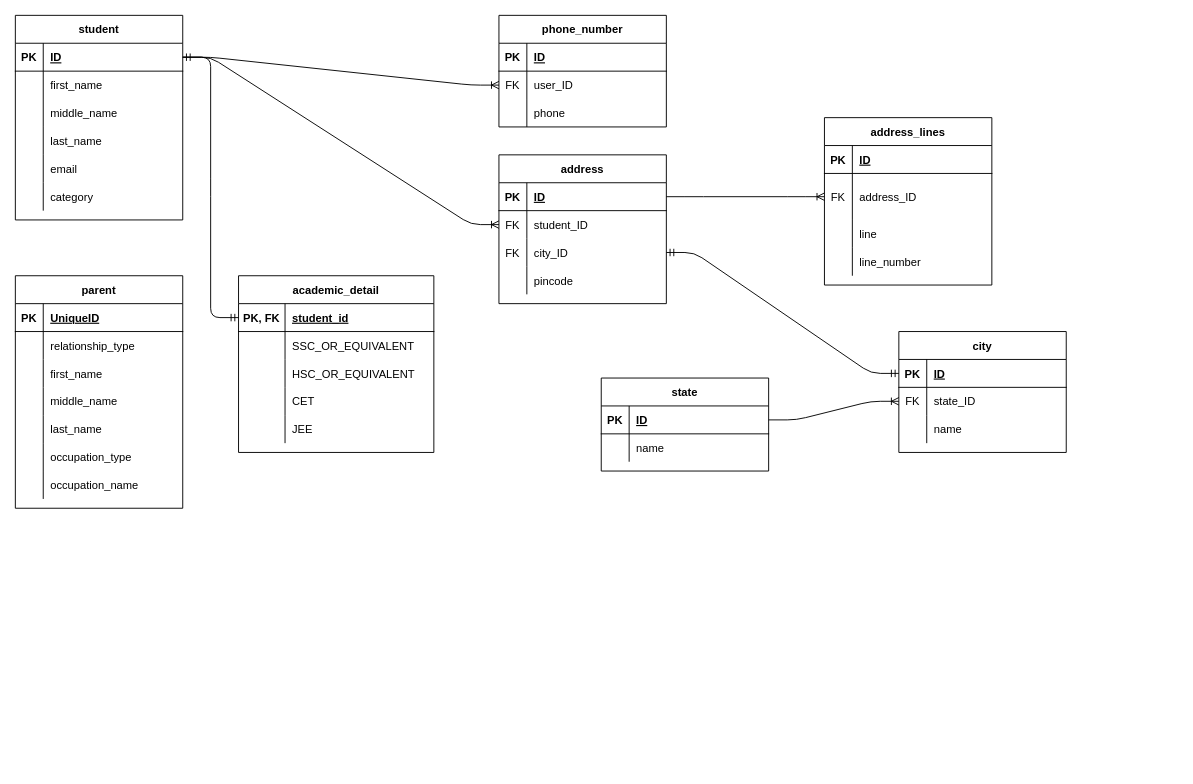
Earlier version of the draw.io diagram DatabaseDiagram.drawio (EquipstatTSEC/student-admission-system). Source tidied: cells renumbered, new cells numbered last; positions are measured from the earlier drawing's top-left corner, leaving out a move shared by most shapes. Both pictures are drawn from the tidied source at 93%, with x=0, y=0 at pixel (15, 15).
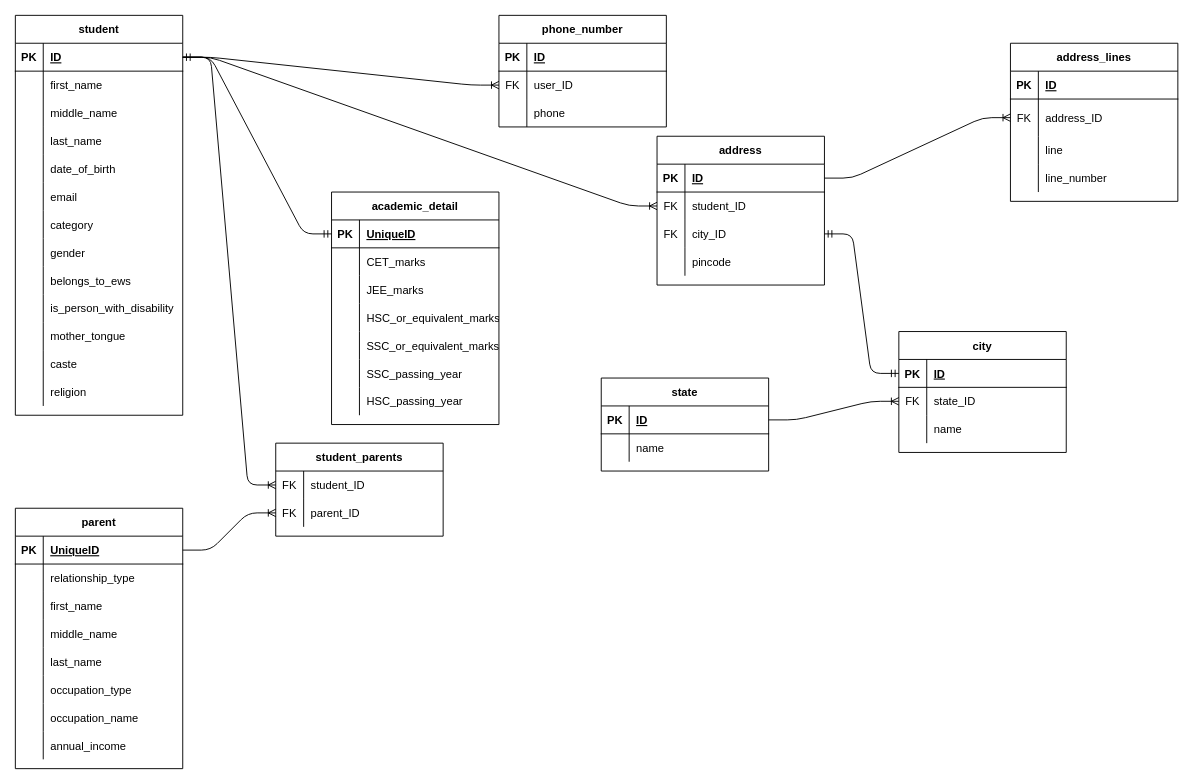
Above is the later version.

Commit message:
:card_file_box: chore: add more details in the ER diagram

Unchanged cells that the change refers to:
```xml
<mxCell id="3" style="shape=partialRectangle;fillColor=none;top=0;left=0;bottom=1;right=0;points=[[0,0.5],[1,0.5]];portConstraint=eastwest;" parent="2" vertex="1">
  <mxGeometry y="30" width="180" height="30" as="geometry" />
</mxCell>
<mxCell id="97" style="shape=partialRectangle;fillColor=none;top=0;left=0;bottom=1;right=0;points=[[0,0.5],[1,0.5]];portConstraint=eastwest;" parent="96" vertex="1">
  <mxGeometry y="30" width="180" height="30" as="geometry" />
</mxCell>
```

The edit, as a diff of the source:
```diff
@@
     <mxCell id="2" value="student" style="shape=table;startSize=30;childLayout=tableLayout;rowLines=0;fontStyle=1;align=center;" parent="1" vertex="1">
-      <mxGeometry width="180" height="220" as="geometry" />
+      <mxGeometry width="180" height="430" as="geometry" />
     </mxCell>
@@
+    <mxCell id="118" style="shape=partialRectangle;fillColor=none;top=0;left=0;bottom=0;right=0;" parent="2" vertex="1">
+      <mxGeometry y="150" width="180" height="30" as="geometry" />
+    </mxCell>
+    <mxCell id="119" style="shape=partialRectangle;fillColor=none;top=0;left=0;bottom=0;right=0;overflow=hidden;" parent="118" vertex="1">
+      <mxGeometry width="30" height="30" as="geometry" />
+    </mxCell>
+    <mxCell id="120" value="date_of_birth" style="shape=partialRectangle;fillColor=none;top=0;left=0;bottom=0;right=0;align=left;spacingLeft=6;overflow=hidden;" parent="118" vertex="1">
+      <mxGeometry x="30" width="150" height="30" as="geometry" />
+    </mxCell>
     <mxCell id="15" style="shape=partialRectangle;fillColor=none;top=0;left=0;bottom=0;right=0;" parent="2" vertex="1">
-      <mxGeometry y="150" width="180" height="30" as="geometry" />
+      <mxGeometry y="180" width="180" height="30" as="geometry" />
     </mxCell>
@@
     <mxCell id="18" style="shape=partialRectangle;fillColor=none;top=0;left=0;bottom=0;right=0;" parent="2" vertex="1">
-      <mxGeometry y="180" width="180" height="30" as="geometry" />
+      <mxGeometry y="210" width="180" height="30" as="geometry" />
     </mxCell>
@@
+    <mxCell id="121" style="shape=partialRectangle;fillColor=none;top=0;left=0;bottom=0;right=0;" parent="2" vertex="1">
+      <mxGeometry y="240" width="180" height="30" as="geometry" />
+    </mxCell>
+    <mxCell id="122" style="shape=partialRectangle;fillColor=none;top=0;left=0;bottom=0;right=0;overflow=hidden;" parent="121" vertex="1">
+      <mxGeometry width="30" height="30" as="geometry" />
+    </mxCell>
+    <mxCell id="123" value="gender" style="shape=partialRectangle;fillColor=none;top=0;left=0;bottom=0;right=0;align=left;spacingLeft=6;overflow=hidden;" parent="121" vertex="1">
+      <mxGeometry x="30" width="150" height="30" as="geometry" />
+    </mxCell>
+    <mxCell id="124" style="shape=partialRectangle;fillColor=none;top=0;left=0;bottom=0;right=0;" parent="2" vertex="1">
+      <mxGeometry y="270" width="180" height="30" as="geometry" />
+    </mxCell>
+    <mxCell id="125" style="shape=partialRectangle;fillColor=none;top=0;left=0;bottom=0;right=0;overflow=hidden;" parent="124" vertex="1">
+      <mxGeometry width="30" height="30" as="geometry" />
+    </mxCell>
+    <mxCell id="126" value="belongs_to_ews" style="shape=partialRectangle;fillColor=none;top=0;left=0;bottom=0;right=0;align=left;spacingLeft=6;overflow=hidden;" parent="124" vertex="1">
+      <mxGeometry x="30" width="150" height="30" as="geometry" />
+    </mxCell>
+    <mxCell id="127" style="shape=partialRectangle;fillColor=none;top=0;left=0;bottom=0;right=0;" parent="2" vertex="1">
+      <mxGeometry y="300" width="180" height="30" as="geometry" />
+    </mxCell>
+    <mxCell id="128" style="shape=partialRectangle;fillColor=none;top=0;left=0;bottom=0;right=0;overflow=hidden;" parent="127" vertex="1">
+      <mxGeometry width="30" height="30" as="geometry" />
+    </mxCell>
+    <mxCell id="129" value="is_person_with_disability" style="shape=partialRectangle;fillColor=none;top=0;left=0;bottom=0;right=0;align=left;spacingLeft=6;overflow=hidden;" parent="127" vertex="1">
+      <mxGeometry x="30" width="150" height="30" as="geometry" />
+    </mxCell>
+    <mxCell id="130" style="shape=partialRectangle;fillColor=none;top=0;left=0;bottom=0;right=0;" parent="2" vertex="1">
+      <mxGeometry y="330" width="180" height="30" as="geometry" />
+    </mxCell>
+    <mxCell id="131" style="shape=partialRectangle;fillColor=none;top=0;left=0;bottom=0;right=0;overflow=hidden;" parent="130" vertex="1">
+      <mxGeometry width="30" height="30" as="geometry" />
+    </mxCell>
+    <mxCell id="132" value="mother_tongue" style="shape=partialRectangle;fillColor=none;top=0;left=0;bottom=0;right=0;align=left;spacingLeft=6;overflow=hidden;" parent="130" vertex="1">
+      <mxGeometry x="30" width="150" height="30" as="geometry" />
+    </mxCell>
+    <mxCell id="133" style="shape=partialRectangle;fillColor=none;top=0;left=0;bottom=0;right=0;" parent="2" vertex="1">
+      <mxGeometry y="360" width="180" height="30" as="geometry" />
+    </mxCell>
+    <mxCell id="134" style="shape=partialRectangle;fillColor=none;top=0;left=0;bottom=0;right=0;overflow=hidden;" parent="133" vertex="1">
+      <mxGeometry width="30" height="30" as="geometry" />
+    </mxCell>
+    <mxCell id="135" value="caste" style="shape=partialRectangle;fillColor=none;top=0;left=0;bottom=0;right=0;align=left;spacingLeft=6;overflow=hidden;" parent="133" vertex="1">
+      <mxGeometry x="30" width="150" height="30" as="geometry" />
+    </mxCell>
+    <mxCell id="136" style="shape=partialRectangle;fillColor=none;top=0;left=0;bottom=0;right=0;" parent="2" vertex="1">
+      <mxGeometry y="390" width="180" height="30" as="geometry" />
+    </mxCell>
+    <mxCell id="137" style="shape=partialRectangle;fillColor=none;top=0;left=0;bottom=0;right=0;overflow=hidden;" parent="136" vertex="1">
+      <mxGeometry width="30" height="30" as="geometry" />
+    </mxCell>
+    <mxCell id="138" value="religion" style="shape=partialRectangle;fillColor=none;top=0;left=0;bottom=0;right=0;align=left;spacingLeft=6;overflow=hidden;" parent="136" vertex="1">
+      <mxGeometry x="30" width="150" height="30" as="geometry" />
+    </mxCell>
@@
     <mxCell id="31" value="address" style="shape=table;startSize=30;childLayout=tableLayout;rowLines=0;fontStyle=1;align=center;" parent="1" vertex="1">
-      <mxGeometry x="520" y="150" width="180" height="160" as="geometry" />
+      <mxGeometry x="690" y="130" width="180" height="160" as="geometry" />
     </mxCell>
@@
     <mxCell id="44" value="address_lines" style="shape=table;startSize=30;childLayout=tableLayout;rowLines=0;fontStyle=1;align=center;" parent="1" vertex="1">
-      <mxGeometry x="870" y="110" width="180" height="180" as="geometry" />
+      <mxGeometry x="1070" y="30" width="180" height="170" as="geometry" />
     </mxCell>
@@
     <mxCell id="48" style="shape=partialRectangle;fillColor=none;top=0;left=0;bottom=0;right=0;points=[[0,0.5],[1,0.5]];portConstraint=eastwest;" parent="44" vertex="1">
-      <mxGeometry y="60" width="180" height="50" as="geometry" />
+      <mxGeometry y="60" width="180" height="40" as="geometry" />
     </mxCell>
     <mxCell id="49" value="FK" style="shape=partialRectangle;fillColor=none;top=0;left=0;bottom=0;right=0;fontStyle=0;overflow=hidden;" parent="48" vertex="1">
-      <mxGeometry width="30" height="50" as="geometry" />
+      <mxGeometry width="30" height="40" as="geometry" />
     </mxCell>
     <mxCell id="50" value="address_ID" style="shape=partialRectangle;fillColor=none;top=0;left=0;bottom=0;right=0;align=left;spacingLeft=6;fontStyle=0;overflow=hidden;" parent="48" vertex="1">
-      <mxGeometry x="30" width="150" height="50" as="geometry" />
+      <mxGeometry x="30" width="150" height="40" as="geometry" />
     </mxCell>
     <mxCell id="51" style="shape=partialRectangle;fillColor=none;top=0;left=0;bottom=0;right=0;" parent="44" vertex="1">
-      <mxGeometry y="110" width="180" height="30" as="geometry" />
+      <mxGeometry y="100" width="180" height="30" as="geometry" />
     </mxCell>
@@
     <mxCell id="54" style="shape=partialRectangle;fillColor=none;top=0;left=0;bottom=0;right=0;" parent="44" vertex="1">
-      <mxGeometry y="140" width="180" height="30" as="geometry" />
+      <mxGeometry y="130" width="180" height="30" as="geometry" />
     </mxCell>
@@
-    <mxCell id="79" value="academic_detail" style="shape=table;startSize=30;childLayout=tableLayout;rowLines=0;fontStyle=1;align=center;" parent="1" vertex="1">
-      <mxGeometry x="240" y="280" width="210" height="190" as="geometry" />
-    </mxCell>
-    <mxCell id="80" style="shape=partialRectangle;fillColor=none;top=0;left=0;bottom=1;right=0;points=[[0,0.5],[1,0.5]];portConstraint=eastwest;" parent="79" vertex="1">
-      <mxGeometry y="30" width="210" height="30" as="geometry" />
-    </mxCell>
-    <mxCell id="81" value="PK, FK" style="shape=partialRectangle;fillColor=none;top=0;left=0;bottom=0;right=0;fontStyle=1;overflow=hidden;" parent="80" vertex="1">
-      <mxGeometry width="50" height="30" as="geometry" />
-    </mxCell>
-    <mxCell id="82" value="student_id" style="shape=partialRectangle;fillColor=none;top=0;left=0;bottom=0;right=0;align=left;spacingLeft=6;fontStyle=5;overflow=hidden;" parent="80" vertex="1">
-      <mxGeometry x="50" width="160" height="30" as="geometry" />
-    </mxCell>
-    <mxCell id="83" style="shape=partialRectangle;fillColor=none;top=0;left=0;bottom=0;right=0;" parent="79" vertex="1">
-      <mxGeometry y="60" width="210" height="30" as="geometry" />
-    </mxCell>
-    <mxCell id="84" style="shape=partialRectangle;fillColor=none;top=0;left=0;bottom=0;right=0;overflow=hidden;" parent="83" vertex="1">
-      <mxGeometry width="50" height="30" as="geometry" />
-    </mxCell>
-    <mxCell id="85" value="SSC_OR_EQUIVALENT" style="shape=partialRectangle;fillColor=none;top=0;left=0;bottom=0;right=0;align=left;spacingLeft=6;overflow=hidden;" parent="83" vertex="1">
-      <mxGeometry x="50" width="160" height="30" as="geometry" />
-    </mxCell>
-    <mxCell id="86" style="shape=partialRectangle;fillColor=none;top=0;left=0;bottom=0;right=0;" parent="79" vertex="1">
-      <mxGeometry y="90" width="210" height="30" as="geometry" />
-    </mxCell>
-    <mxCell id="87" style="shape=partialRectangle;fillColor=none;top=0;left=0;bottom=0;right=0;overflow=hidden;" parent="86" vertex="1">
-      <mxGeometry width="50" height="30" as="geometry" />
-    </mxCell>
-    <mxCell id="88" value="HSC_OR_EQUIVALENT" style="shape=partialRectangle;fillColor=none;top=0;left=0;bottom=0;right=0;align=left;spacingLeft=6;overflow=hidden;" parent="86" vertex="1">
-      <mxGeometry x="50" width="160" height="30" as="geometry" />
-    </mxCell>
-    <mxCell id="89" style="shape=partialRectangle;fillColor=none;top=0;left=0;bottom=0;right=0;" parent="79" vertex="1">
-      <mxGeometry y="120" width="210" height="30" as="geometry" />
-    </mxCell>
-    <mxCell id="90" style="shape=partialRectangle;fillColor=none;top=0;left=0;bottom=0;right=0;overflow=hidden;" parent="89" vertex="1">
-      <mxGeometry width="50" height="30" as="geometry" />
-    </mxCell>
-    <mxCell id="91" value="CET" style="shape=partialRectangle;fillColor=none;top=0;left=0;bottom=0;right=0;align=left;spacingLeft=6;overflow=hidden;" parent="89" vertex="1">
-      <mxGeometry x="50" width="160" height="30" as="geometry" />
-    </mxCell>
-    <mxCell id="92" style="shape=partialRectangle;fillColor=none;top=0;left=0;bottom=0;right=0;" parent="79" vertex="1">
-      <mxGeometry y="150" width="210" height="30" as="geometry" />
-    </mxCell>
-    <mxCell id="93" style="shape=partialRectangle;fillColor=none;top=0;left=0;bottom=0;right=0;overflow=hidden;" parent="92" vertex="1">
-      <mxGeometry width="50" height="30" as="geometry" />
-    </mxCell>
-    <mxCell id="94" value="JEE" style="shape=partialRectangle;fillColor=none;top=0;left=0;bottom=0;right=0;align=left;spacingLeft=6;overflow=hidden;" parent="92" vertex="1">
-      <mxGeometry x="50" width="160" height="30" as="geometry" />
-    </mxCell>
-    <mxCell id="95" style="edgeStyle=entityRelationEdgeStyle;fontSize=12;html=1;endArrow=ERmandOne;startArrow=ERmandOne;exitX=1;exitY=0.5;exitDx=0;exitDy=0;entryX=0;entryY=0.5;entryDx=0;entryDy=0;" parent="1" edge="1" source="3" target="80">
+    <mxCell id="95" style="edgeStyle=entityRelationEdgeStyle;fontSize=12;html=1;endArrow=ERmandOne;startArrow=ERmandOne;exitX=1;exitY=0.5;exitDx=0;exitDy=0;entryX=0;entryY=0.5;entryDx=0;entryDy=0;" parent="1" edge="1" source="3" target="142">
       <mxGeometry relative="1" as="geometry" />
     </mxCell>
     <mxCell id="96" value="parent" style="shape=table;startSize=30;childLayout=tableLayout;rowLines=0;fontStyle=1;align=center;" parent="1" vertex="1">
-      <mxGeometry y="280" width="180" height="250" as="geometry" />
+      <mxGeometry y="530" width="180" height="280" as="geometry" />
     </mxCell>
@@
+    <mxCell id="139" style="shape=partialRectangle;fillColor=none;top=0;left=0;bottom=0;right=0;" parent="96" vertex="1">
+      <mxGeometry y="240" width="180" height="30" as="geometry" />
+    </mxCell>
+    <mxCell id="140" style="shape=partialRectangle;fillColor=none;top=0;left=0;bottom=0;right=0;overflow=hidden;" parent="139" vertex="1">
+      <mxGeometry width="30" height="30" as="geometry" />
+    </mxCell>
+    <mxCell id="141" value="annual_income" style="shape=partialRectangle;fillColor=none;top=0;left=0;bottom=0;right=0;align=left;spacingLeft=6;overflow=hidden;" parent="139" vertex="1">
+      <mxGeometry x="30" width="150" height="30" as="geometry" />
+    </mxCell>
+    <mxCell id="79" value="academic_detail" style="shape=table;startSize=30;childLayout=tableLayout;rowLines=0;fontStyle=1;align=center;" parent="1" vertex="1">
+      <mxGeometry x="340" y="190" width="180" height="250" as="geometry" />
+    </mxCell>
+    <mxCell id="142" style="shape=partialRectangle;fillColor=none;top=0;left=0;bottom=1;right=0;points=[[0,0.5],[1,0.5]];portConstraint=eastwest;" parent="79" vertex="1">
+      <mxGeometry y="30" width="180" height="30" as="geometry" />
+    </mxCell>
+    <mxCell id="143" value="PK" style="shape=partialRectangle;fillColor=none;top=0;left=0;bottom=0;right=0;fontStyle=1;overflow=hidden;" parent="142" vertex="1">
+      <mxGeometry width="30" height="30" as="geometry" />
+    </mxCell>
+    <mxCell id="144" value="UniqueID" style="shape=partialRectangle;fillColor=none;top=0;left=0;bottom=0;right=0;align=left;spacingLeft=6;fontStyle=5;overflow=hidden;" parent="142" vertex="1">
+      <mxGeometry x="30" width="150" height="30" as="geometry" />
+    </mxCell>
+    <mxCell id="145" style="shape=partialRectangle;fillColor=none;top=0;left=0;bottom=0;right=0;" parent="79" vertex="1">
+      <mxGeometry y="60" width="180" height="30" as="geometry" />
+    </mxCell>
+    <mxCell id="146" style="shape=partialRectangle;fillColor=none;top=0;left=0;bottom=0;right=0;overflow=hidden;" parent="145" vertex="1">
+      <mxGeometry width="30" height="30" as="geometry" />
+    </mxCell>
+    <mxCell id="147" value="CET_marks" style="shape=partialRectangle;fillColor=none;top=0;left=0;bottom=0;right=0;align=left;spacingLeft=6;overflow=hidden;" parent="145" vertex="1">
+      <mxGeometry x="30" width="150" height="30" as="geometry" />
+    </mxCell>
+    <mxCell id="148" style="shape=partialRectangle;fillColor=none;top=0;left=0;bottom=0;right=0;" parent="79" vertex="1">
+      <mxGeometry y="90" width="180" height="30" as="geometry" />
+    </mxCell>
+    <mxCell id="149" style="shape=partialRectangle;fillColor=none;top=0;left=0;bottom=0;right=0;overflow=hidden;" parent="148" vertex="1">
+      <mxGeometry width="30" height="30" as="geometry" />
+    </mxCell>
+    <mxCell id="150" value="JEE_marks" style="shape=partialRectangle;fillColor=none;top=0;left=0;bottom=0;right=0;align=left;spacingLeft=6;overflow=hidden;" parent="148" vertex="1">
+      <mxGeometry x="30" width="150" height="30" as="geometry" />
+    </mxCell>
+    <mxCell id="151" style="shape=partialRectangle;fillColor=none;top=0;left=0;bottom=0;right=0;" parent="79" vertex="1">
+      <mxGeometry y="120" width="180" height="30" as="geometry" />
+    </mxCell>
+    <mxCell id="152" style="shape=partialRectangle;fillColor=none;top=0;left=0;bottom=0;right=0;overflow=hidden;" parent="151" vertex="1">
+      <mxGeometry width="30" height="30" as="geometry" />
+    </mxCell>
+    <mxCell id="153" value="HSC_or_equivalent_marks" style="shape=partialRectangle;fillColor=none;top=0;left=0;bottom=0;right=0;align=left;spacingLeft=6;overflow=hidden;" parent="151" vertex="1">
+      <mxGeometry x="30" width="150" height="30" as="geometry" />
+    </mxCell>
+    <mxCell id="154" style="shape=partialRectangle;fillColor=none;top=0;left=0;bottom=0;right=0;" parent="79" vertex="1">
+      <mxGeometry y="150" width="180" height="30" as="geometry" />
+    </mxCell>
+    <mxCell id="155" style="shape=partialRectangle;fillColor=none;top=0;left=0;bottom=0;right=0;overflow=hidden;" parent="154" vertex="1">
+      <mxGeometry width="30" height="30" as="geometry" />
+    </mxCell>
+    <mxCell id="156" value="SSC_or_equivalent_marks" style="shape=partialRectangle;fillColor=none;top=0;left=0;bottom=0;right=0;align=left;spacingLeft=6;overflow=hidden;" parent="154" vertex="1">
+      <mxGeometry x="30" width="150" height="30" as="geometry" />
+    </mxCell>
+    <mxCell id="157" style="shape=partialRectangle;fillColor=none;top=0;left=0;bottom=0;right=0;" parent="79" vertex="1">
+      <mxGeometry y="180" width="180" height="30" as="geometry" />
+    </mxCell>
+    <mxCell id="158" style="shape=partialRectangle;fillColor=none;top=0;left=0;bottom=0;right=0;overflow=hidden;" parent="157" vertex="1">
+      <mxGeometry width="30" height="30" as="geometry" />
+    </mxCell>
+    <mxCell id="159" value="SSC_passing_year" style="shape=partialRectangle;fillColor=none;top=0;left=0;bottom=0;right=0;align=left;spacingLeft=6;overflow=hidden;" parent="157" vertex="1">
+      <mxGeometry x="30" width="150" height="30" as="geometry" />
+    </mxCell>
+    <mxCell id="160" style="shape=partialRectangle;fillColor=none;top=0;left=0;bottom=0;right=0;" parent="79" vertex="1">
+      <mxGeometry y="210" width="180" height="30" as="geometry" />
+    </mxCell>
+    <mxCell id="161" style="shape=partialRectangle;fillColor=none;top=0;left=0;bottom=0;right=0;overflow=hidden;" parent="160" vertex="1">
+      <mxGeometry width="30" height="30" as="geometry" />
+    </mxCell>
+    <mxCell id="162" value="HSC_passing_year" style="shape=partialRectangle;fillColor=none;top=0;left=0;bottom=0;right=0;align=left;spacingLeft=6;overflow=hidden;" parent="160" vertex="1">
+      <mxGeometry x="30" width="150" height="30" as="geometry" />
+    </mxCell>
+    <mxCell id="163" value="student_parents" style="shape=table;startSize=30;childLayout=tableLayout;rowLines=0;fontStyle=1;align=center;" parent="1" vertex="1">
+      <mxGeometry x="280" y="460" width="180" height="100" as="geometry" />
+    </mxCell>
+    <mxCell id="164" style="shape=partialRectangle;fillColor=none;top=0;left=0;bottom=0;right=0;points=[[0,0.5],[1,0.5]];portConstraint=eastwest;" parent="163" vertex="1">
+      <mxGeometry y="30" width="180" height="30" as="geometry" />
+    </mxCell>
+    <mxCell id="165" value="FK" style="shape=partialRectangle;fillColor=none;top=0;left=0;bottom=0;right=0;fontStyle=0;overflow=hidden;" parent="164" vertex="1">
+      <mxGeometry width="30" height="30" as="geometry" />
+    </mxCell>
+    <mxCell id="166" value="student_ID" style="shape=partialRectangle;fillColor=none;top=0;left=0;bottom=0;right=0;align=left;spacingLeft=6;fontStyle=0;overflow=hidden;" parent="164" vertex="1">
+      <mxGeometry x="30" width="150" height="30" as="geometry" />
+    </mxCell>
+    <mxCell id="167" style="shape=partialRectangle;fillColor=none;top=0;left=0;bottom=0;right=0;" parent="163" vertex="1">
+      <mxGeometry y="60" width="180" height="30" as="geometry" />
+    </mxCell>
+    <mxCell id="168" value="FK" style="shape=partialRectangle;fillColor=none;top=0;left=0;bottom=0;right=0;fontStyle=0;overflow=hidden;" parent="167" vertex="1">
+      <mxGeometry width="30" height="30" as="geometry" />
+    </mxCell>
+    <mxCell id="169" value="parent_ID" style="shape=partialRectangle;fillColor=none;top=0;left=0;bottom=0;right=0;align=left;spacingLeft=6;fontStyle=0;overflow=hidden;" parent="167" vertex="1">
+      <mxGeometry x="30" width="150" height="30" as="geometry" />
+    </mxCell>
+    <mxCell id="170" style="edgeStyle=entityRelationEdgeStyle;fontSize=12;html=1;endArrow=ERoneToMany;exitX=1;exitY=0.5;exitDx=0;exitDy=0;entryX=0;entryY=0.5;entryDx=0;entryDy=0;" parent="1" edge="1" source="3" target="164">
+      <mxGeometry relative="1" as="geometry" />
+    </mxCell>
+    <mxCell id="171" style="edgeStyle=entityRelationEdgeStyle;fontSize=12;html=1;endArrow=ERoneToMany;exitX=1;exitY=0.5;exitDx=0;exitDy=0;entryX=0;entryY=0.75;entryDx=0;entryDy=0;" parent="1" edge="1" source="97" target="163">
+      <mxGeometry relative="1" as="geometry" />
+    </mxCell>
```
